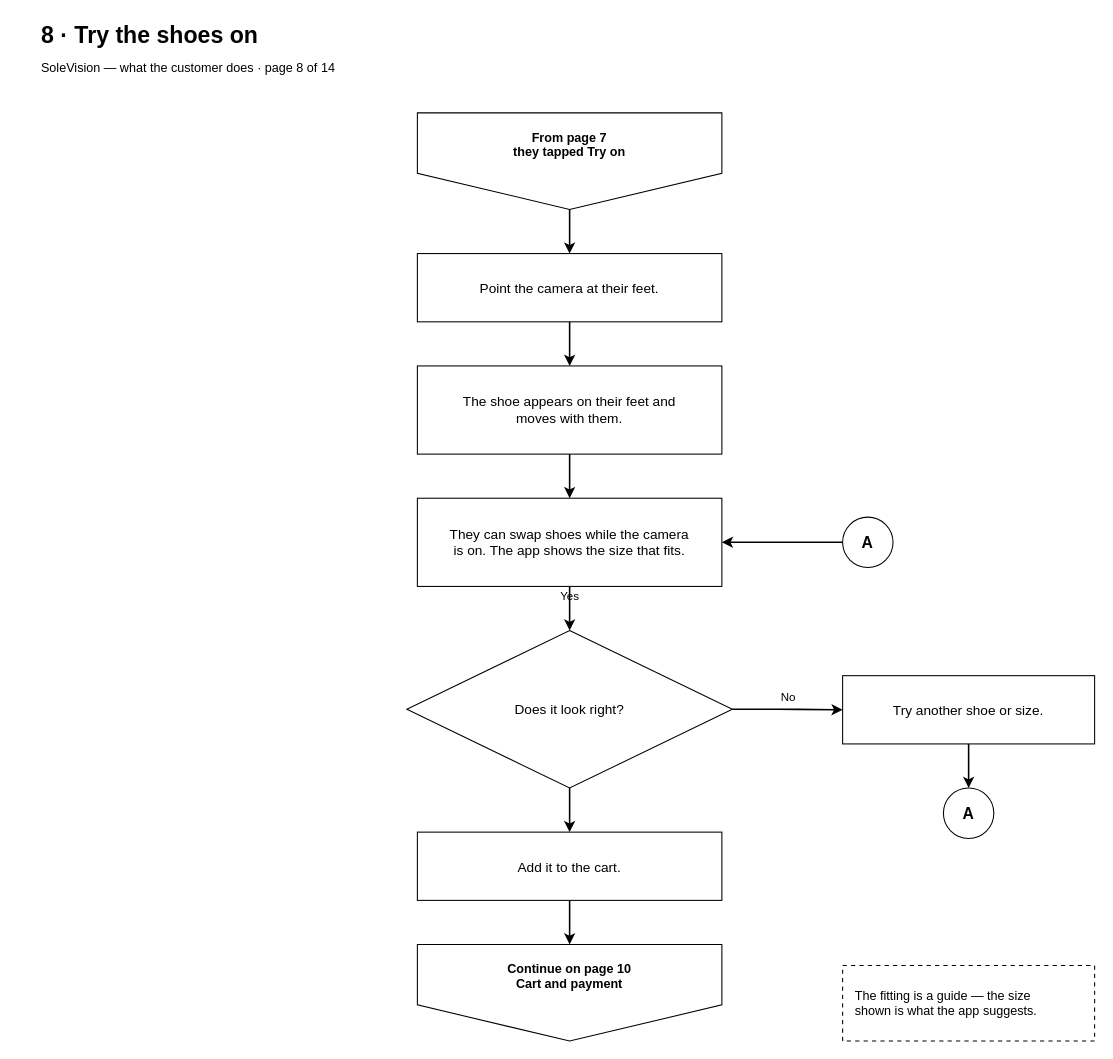
Earlier version of the draw.io diagram page "8 Try the shoes on" (8 of 13) of docs/diagrams/customer-journey-flowchart.drawio (kibs06/CUF). Source tidied: cells renumbered, new cells numbered last; positions are measured from the earlier drawing's top-left corner, leaving out a move shared by most shapes. Both pictures are drawn from the tidied source at 105%, with x=0, y=0 at pixel (39, 20).
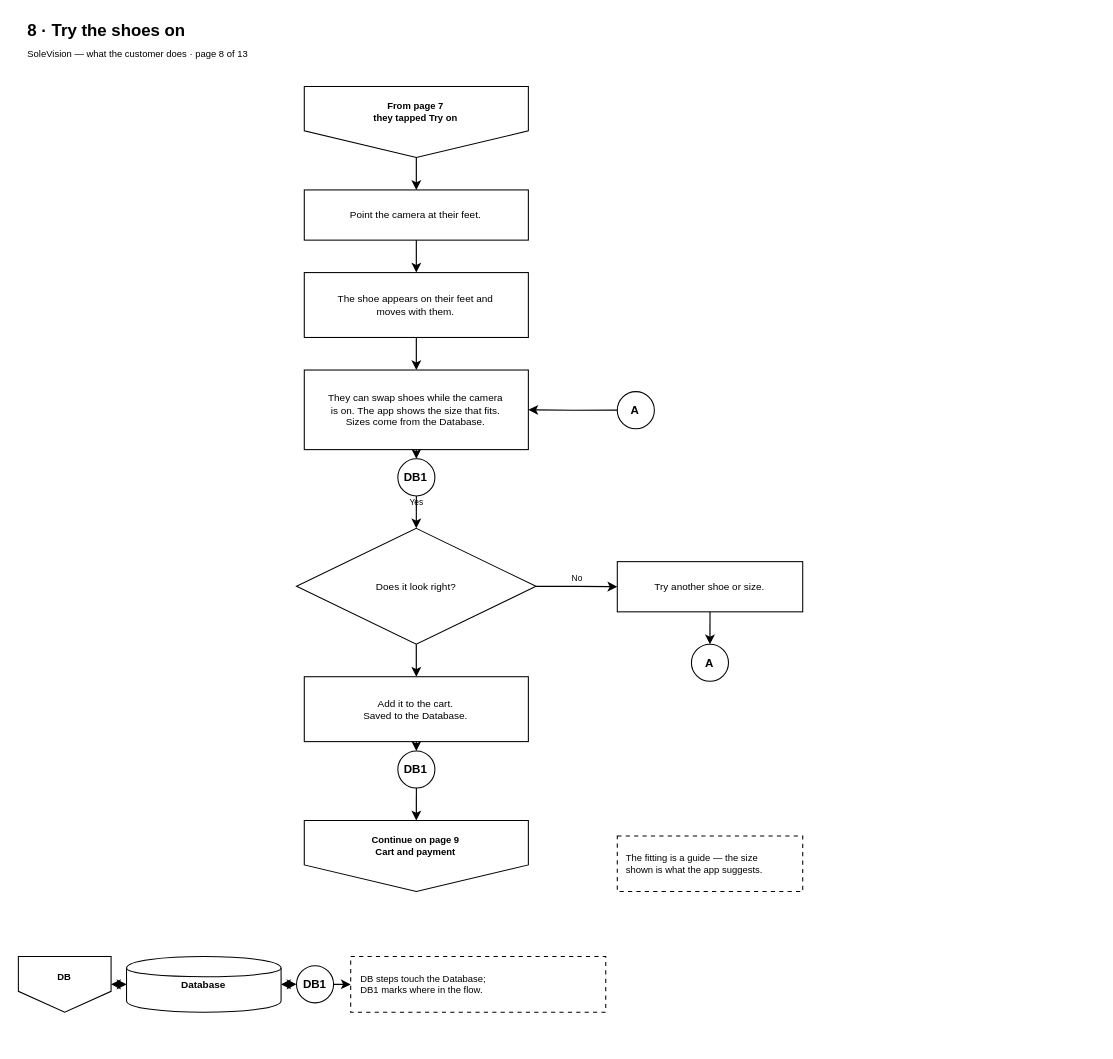
The same diagram, later.

What changed in the source:
```diff
@@
-    <mxCell id="2" value="From page 7&lt;br&gt;they tapped Try on" style="shape=offPageConnector;whiteSpace=wrap;html=1;fillColor=none;strokeColor=#000000;fontSize=12;fontStyle=1;fontColor=#000000;verticalAlign=top;spacingTop=10;perimeter=rectanglePerimeter;" parent="1" vertex="1">
-      <mxGeometry x="360" y="88" width="290" height="92" as="geometry" />
+    <mxCell id="2" value="From page 7&lt;br&gt;they tapped Try on" style="shape=offPageConnector;whiteSpace=wrap;html=1;fillColor=none;strokeColor=light-dark(#000000,#FFFFFF);fontColor=light-dark(#000000,#FFFFFF);fontSize=9;fontStyle=1;verticalAlign=top;spacingTop=7.4;perimeter=rectanglePerimeter;" parent="1" vertex="1">
+      <mxGeometry x="252.3" y="62.8" width="213.4" height="67.7" as="geometry" />
     </mxCell>
-    <mxCell id="3" value="Point the camera at their feet." style="rounded=0;whiteSpace=wrap;html=1;fillColor=none;strokeColor=#000000;fontSize=13;fontColor=#000000;" parent="1" vertex="1">
-      <mxGeometry x="360" y="222" width="290" height="65" as="geometry" />
+    <mxCell id="3" value="Point the camera at their feet." style="rounded=0;whiteSpace=wrap;html=1;fillColor=none;strokeColor=light-dark(#000000,#FFFFFF);fontColor=light-dark(#000000,#FFFFFF);fontSize=9.5;" parent="1" vertex="1">
+      <mxGeometry x="252.3" y="161.4" width="213.4" height="47.8" as="geometry" />
     </mxCell>
-    <mxCell id="4" value="The shoe appears on their feet and&lt;br&gt;moves with them." style="rounded=0;whiteSpace=wrap;html=1;fillColor=none;strokeColor=#000000;fontSize=13;fontColor=#000000;" parent="1" vertex="1">
-      <mxGeometry x="360" y="329" width="290" height="84" as="geometry" />
+    <mxCell id="4" value="The shoe appears on their feet and&lt;br&gt;moves with them." style="rounded=0;whiteSpace=wrap;html=1;fillColor=none;strokeColor=light-dark(#000000,#FFFFFF);fontColor=light-dark(#000000,#FFFFFF);fontSize=9.5;" parent="1" vertex="1">
+      <mxGeometry x="252.3" y="240.1" width="213.4" height="61.8" as="geometry" />
     </mxCell>
-    <mxCell id="5" value="They can swap shoes while the camera&lt;br&gt;is on. The app shows the size that fits." style="rounded=0;whiteSpace=wrap;html=1;fillColor=none;strokeColor=#000000;fontSize=13;fontColor=#000000;" parent="1" vertex="1">
-      <mxGeometry x="360" y="455" width="290" height="84" as="geometry" />
+    <mxCell id="5" value="They can swap shoes while the camera&lt;br&gt;is on. The app shows the size that fits.&lt;br&gt;Sizes come from the Database." style="rounded=0;whiteSpace=wrap;html=1;fillColor=none;strokeColor=light-dark(#000000,#FFFFFF);fontColor=light-dark(#000000,#FFFFFF);fontSize=9.5;" parent="1" vertex="1">
+      <mxGeometry x="252.3" y="332.9" width="213.4" height="75.8" as="geometry" />
     </mxCell>
+    <mxCell id="24" value="DB1" style="ellipse;whiteSpace=wrap;html=1;fillColor=none;strokeColor=light-dark(#000000,#FFFFFF);fontColor=light-dark(#000000,#FFFFFF);fontSize=11;fontStyle=1;perimeter=ellipsePerimeter;" parent="1" vertex="1">
+      <mxGeometry x="341.4" y="417.5" width="35.3" height="35.3" as="geometry" />
+    </mxCell>
-    <mxCell id="6" value="Does it look right?" style="rhombus;whiteSpace=wrap;html=1;fillColor=none;strokeColor=#000000;fontSize=13;fontColor=#000000;perimeter=rhombusPerimeter;" parent="1" vertex="1">
-      <mxGeometry x="350" y="581" width="310" height="150" as="geometry" />
+    <mxCell id="6" value="Does it look right?" style="rhombus;whiteSpace=wrap;html=1;fillColor=none;strokeColor=light-dark(#000000,#FFFFFF);fontColor=light-dark(#000000,#FFFFFF);fontSize=9.5;perimeter=rhombusPerimeter;" parent="1" vertex="1">
+      <mxGeometry x="244.9" y="483.7" width="228.1" height="110.4" as="geometry" />
     </mxCell>
-    <mxCell id="7" value="Try another shoe or size." style="rounded=0;whiteSpace=wrap;html=1;fillColor=none;strokeColor=#000000;fontSize=13;fontColor=#000000;" parent="1" vertex="1">
-      <mxGeometry x="765" y="624" width="240" height="65" as="geometry" />
+    <mxCell id="7" value="Try another shoe or size." style="rounded=0;whiteSpace=wrap;html=1;fillColor=none;strokeColor=light-dark(#000000,#FFFFFF);fontColor=light-dark(#000000,#FFFFFF);fontSize=9.5;" parent="1" vertex="1">
+      <mxGeometry x="550.4" y="515.4" width="176.6" height="47.8" as="geometry" />
     </mxCell>
-    <mxCell id="8" value="A" style="ellipse;whiteSpace=wrap;html=1;fillColor=none;strokeColor=#000000;fontSize=15;fontStyle=1;fontColor=#000000;perimeter=ellipsePerimeter;" parent="1" vertex="1">
-      <mxGeometry x="861" y="731" width="48" height="48" as="geometry" />
+    <mxCell id="8" value="A" style="ellipse;whiteSpace=wrap;html=1;fillColor=none;strokeColor=light-dark(#000000,#FFFFFF);fontColor=light-dark(#000000,#FFFFFF);fontSize=11;fontStyle=1;perimeter=ellipsePerimeter;" parent="1" vertex="1">
+      <mxGeometry x="621" y="594.1" width="35.3" height="35.3" as="geometry" />
     </mxCell>
-    <mxCell id="9" value="Add it to the cart." style="rounded=0;whiteSpace=wrap;html=1;fillColor=none;strokeColor=#000000;fontSize=13;fontColor=#000000;" parent="1" vertex="1">
-      <mxGeometry x="360" y="773" width="290" height="65" as="geometry" />
+    <mxCell id="9" value="Add it to the cart.&lt;br&gt;Saved to the Database." style="rounded=0;whiteSpace=wrap;html=1;fillColor=none;strokeColor=light-dark(#000000,#FFFFFF);fontColor=light-dark(#000000,#FFFFFF);fontSize=9.5;" parent="1" vertex="1">
+      <mxGeometry x="252.3" y="625" width="213.4" height="61.8" as="geometry" />
     </mxCell>
-    <mxCell id="10" value="Continue on page 10&lt;br&gt;Cart and payment" style="shape=offPageConnector;whiteSpace=wrap;html=1;fillColor=none;strokeColor=#000000;fontSize=12;fontStyle=1;fontColor=#000000;verticalAlign=top;spacingTop=10;perimeter=rectanglePerimeter;" parent="1" vertex="1">
-      <mxGeometry x="360" y="880" width="290" height="92" as="geometry" />
-    </mxCell>
+    <mxCell id="25" value="DB1" style="ellipse;whiteSpace=wrap;html=1;fillColor=none;strokeColor=light-dark(#000000,#FFFFFF);fontColor=light-dark(#000000,#FFFFFF);fontSize=11;fontStyle=1;perimeter=ellipsePerimeter;" parent="1" vertex="1">
+      <mxGeometry x="341.4" y="695.7" width="35.3" height="35.3" as="geometry" />
+    </mxCell>
+    <mxCell id="26" value="Continue on page 9&lt;br&gt;Cart and payment" style="shape=offPageConnector;whiteSpace=wrap;html=1;fillColor=none;strokeColor=light-dark(#000000,#FFFFFF);fontColor=light-dark(#000000,#FFFFFF);fontSize=9;fontStyle=1;verticalAlign=top;spacingTop=7.4;perimeter=rectanglePerimeter;" parent="1" vertex="1">
+      <mxGeometry x="252.3" y="761.9" width="213.4" height="67.7" as="geometry" />
+    </mxCell>
-    <mxCell id="11" value="The fitting is a guide — the size&lt;br&gt;shown is what the app suggests." style="rounded=0;whiteSpace=wrap;html=1;dashed=1;dashPattern=4 4;fillColor=none;strokeColor=#000000;fontSize=12;fontColor=#000000;align=left;verticalAlign=middle;spacingLeft=10;spacingRight=10;" parent="1" vertex="1">
-      <mxGeometry x="765" y="900" width="240" height="72" as="geometry" />
+    <mxCell id="11" value="The fitting is a guide — the size&lt;br&gt;shown is what the app suggests." style="rounded=0;whiteSpace=wrap;html=1;dashed=1;dashPattern=4 4;fillColor=none;strokeColor=light-dark(#000000,#FFFFFF);fontColor=light-dark(#000000,#FFFFFF);fontSize=9;align=left;verticalAlign=middle;spacingLeft=7.4;spacingRight=7.4;" parent="1" vertex="1">
+      <mxGeometry x="550.4" y="776.6" width="176.6" height="53" as="geometry" />
     </mxCell>
+    <mxCell id="27" value="DB" style="shape=offPageConnector;whiteSpace=wrap;html=1;fillColor=none;strokeColor=light-dark(#000000,#FFFFFF);fontColor=light-dark(#000000,#FFFFFF);fontSize=9;fontStyle=1;verticalAlign=top;spacingTop=7.4;perimeter=rectanglePerimeter;" parent="1" vertex="1">
+      <mxGeometry x="-20" y="891.5" width="88.3" height="53" as="geometry" />
+    </mxCell>
+    <mxCell id="28" value="Database" style="shape=cylinder;whiteSpace=wrap;html=1;fillColor=none;strokeColor=light-dark(#000000,#FFFFFF);fontColor=light-dark(#000000,#FFFFFF);fontSize=9.5;fontStyle=1;" parent="1" vertex="1">
+      <mxGeometry x="83" y="891.5" width="147.2" height="53" as="geometry" />
+    </mxCell>
+    <mxCell id="29" value="DB1" style="ellipse;whiteSpace=wrap;html=1;fillColor=none;strokeColor=light-dark(#000000,#FFFFFF);fontColor=light-dark(#000000,#FFFFFF);fontSize=11;fontStyle=1;perimeter=ellipsePerimeter;" parent="1" vertex="1">
+      <mxGeometry x="244.9" y="900.3" width="35.3" height="35.3" as="geometry" />
+    </mxCell>
+    <mxCell id="30" value="DB steps touch the Database;&lt;br&gt;DB1 marks where in the flow." style="rounded=0;whiteSpace=wrap;html=1;dashed=1;dashPattern=4 4;fillColor=none;strokeColor=light-dark(#000000,#FFFFFF);fontColor=light-dark(#000000,#FFFFFF);fontSize=9;align=left;verticalAlign=middle;spacingLeft=7.4;spacingRight=7.4;" parent="1" vertex="1">
+      <mxGeometry x="296.5" y="891.5" width="242.9" height="53" as="geometry" />
+    </mxCell>
-    <mxCell id="12" value="A" style="ellipse;whiteSpace=wrap;html=1;fillColor=none;strokeColor=#000000;fontSize=15;fontStyle=1;fontColor=#000000;perimeter=ellipsePerimeter;" parent="1" vertex="1">
-      <mxGeometry x="765" y="473" width="48" height="48" as="geometry" />
+    <mxCell id="12" value="A" style="ellipse;whiteSpace=wrap;html=1;fillColor=none;strokeColor=light-dark(#000000,#FFFFFF);fontColor=light-dark(#000000,#FFFFFF);fontSize=11;fontStyle=1;perimeter=ellipsePerimeter;" parent="1" vertex="1">
+      <mxGeometry x="550.4" y="353.5" width="35.3" height="35.3" as="geometry" />
     </mxCell>
-    <mxCell id="13" value="8 · Try the shoes on" style="text;html=1;fontSize=22;fontStyle=1;align=left;verticalAlign=middle;fontColor=#000000;" parent="1" vertex="1">
-      <mxGeometry width="700" height="30" as="geometry" />
+    <mxCell id="13" value="8 · Try the shoes on" style="text;html=1;fontSize=16;fontStyle=1;align=left;verticalAlign=middle;fontColor=light-dark(#000000,#FFFFFF);" parent="1" vertex="1">
+      <mxGeometry x="-12.6" y="-2" width="515.2" height="22.1" as="geometry" />
     </mxCell>
-    <mxCell id="14" value="SoleVision — what the customer does · page 8 of 14" style="text;html=1;fontSize=12;align=left;verticalAlign=middle;fontColor=#000000;" parent="1" vertex="1">
-      <mxGeometry y="34" width="700" height="24" as="geometry" />
+    <mxCell id="14" value="SoleVision — what the customer does · page 8 of 13" style="text;html=1;fontSize=9;align=left;verticalAlign=middle;fontColor=light-dark(#000000,#FFFFFF);" parent="1" vertex="1">
+      <mxGeometry x="-12.6" y="23" width="515.2" height="17.7" as="geometry" />
     </mxCell>
-    <mxCell id="15" style="edgeStyle=orthogonalEdgeStyle;rounded=1;html=1;endArrow=classic;endFill=1;strokeColor=#000000;strokeWidth=1.5;fontSize=11;fontColor=#000000;labelBackgroundColor=none;exitX=0.5;exitY=1;exitPerimeter=0;entryX=0.5;entryY=0;entryPerimeter=0;" parent="1" edge="1" source="2" target="3">
+    <mxCell id="15" style="edgeStyle=orthogonalEdgeStyle;rounded=0;html=1;endArrow=classic;endFill=1;strokeColor=light-dark(#000000,#FFFFFF);strokeWidth=1.1;fontSize=8;fontColor=light-dark(#000000,#FFFFFF);labelBackgroundColor=none;exitX=0.5;exitY=1;exitPerimeter=0;entryX=0.5;entryY=0;entryPerimeter=0;" parent="1" edge="1" source="2" target="3">
       <mxGeometry relative="1" as="geometry">
-        <mxPoint y="-12" as="offset" />
+        <mxPoint y="-8.8" as="offset" />
       </mxGeometry>
     </mxCell>
-    <mxCell id="16" style="edgeStyle=orthogonalEdgeStyle;rounded=1;html=1;endArrow=classic;endFill=1;strokeColor=#000000;strokeWidth=1.5;fontSize=11;fontColor=#000000;labelBackgroundColor=none;exitX=0.5;exitY=1;exitPerimeter=0;entryX=0.5;entryY=0;entryPerimeter=0;" parent="1" edge="1" source="3" target="4">
+    <mxCell id="16" style="edgeStyle=orthogonalEdgeStyle;rounded=0;html=1;endArrow=classic;endFill=1;strokeColor=light-dark(#000000,#FFFFFF);strokeWidth=1.1;fontSize=8;fontColor=light-dark(#000000,#FFFFFF);labelBackgroundColor=none;exitX=0.5;exitY=1;exitPerimeter=0;entryX=0.5;entryY=0;entryPerimeter=0;" parent="1" edge="1" source="3" target="4">
       <mxGeometry relative="1" as="geometry">
-        <mxPoint y="-12" as="offset" />
+        <mxPoint y="-8.8" as="offset" />
       </mxGeometry>
     </mxCell>
-    <mxCell id="17" style="edgeStyle=orthogonalEdgeStyle;rounded=1;html=1;endArrow=classic;endFill=1;strokeColor=#000000;strokeWidth=1.5;fontSize=11;fontColor=#000000;labelBackgroundColor=none;exitX=0.5;exitY=1;exitPerimeter=0;entryX=0.5;entryY=0;entryPerimeter=0;" parent="1" edge="1" source="4" target="5">
+    <mxCell id="17" style="edgeStyle=orthogonalEdgeStyle;rounded=0;html=1;endArrow=classic;endFill=1;strokeColor=light-dark(#000000,#FFFFFF);strokeWidth=1.1;fontSize=8;fontColor=light-dark(#000000,#FFFFFF);labelBackgroundColor=none;exitX=0.5;exitY=1;exitPerimeter=0;entryX=0.5;entryY=0;entryPerimeter=0;" parent="1" edge="1" source="4" target="5">
       <mxGeometry relative="1" as="geometry">
-        <mxPoint y="-12" as="offset" />
+        <mxPoint y="-8.8" as="offset" />
       </mxGeometry>
     </mxCell>
-    <mxCell id="18" value="Yes" style="edgeStyle=orthogonalEdgeStyle;rounded=1;html=1;endArrow=classic;endFill=1;strokeColor=#000000;strokeWidth=1.5;fontSize=11;fontColor=#000000;labelBackgroundColor=none;exitX=0.5;exitY=1;exitPerimeter=0;entryX=0.5;entryY=0;entryPerimeter=0;" parent="1" edge="1" source="5" target="6">
+    <mxCell id="18" style="edgeStyle=orthogonalEdgeStyle;rounded=0;html=1;endArrow=classic;endFill=1;strokeColor=light-dark(#000000,#FFFFFF);strokeWidth=1.1;fontSize=8;fontColor=light-dark(#000000,#FFFFFF);labelBackgroundColor=none;exitX=0.5;exitY=1;exitPerimeter=0;entryX=0.5;entryY=0;entryPerimeter=0;" parent="1" edge="1" source="5" target="24">
       <mxGeometry relative="1" as="geometry">
-        <mxPoint y="-12" as="offset" />
+        <mxPoint y="-8.8" as="offset" />
       </mxGeometry>
     </mxCell>
-    <mxCell id="19" value="No" style="edgeStyle=orthogonalEdgeStyle;rounded=1;html=1;endArrow=classic;endFill=1;strokeColor=#000000;strokeWidth=1.5;fontSize=11;fontColor=#000000;labelBackgroundColor=none;exitX=1;exitY=0.5;exitPerimeter=0;entryX=0;entryY=0.5;entryPerimeter=0;" parent="1" edge="1" source="6" target="7">
+    <mxCell id="19" value="Yes" style="edgeStyle=orthogonalEdgeStyle;rounded=0;html=1;endArrow=classic;endFill=1;strokeColor=light-dark(#000000,#FFFFFF);strokeWidth=1.1;fontSize=8;fontColor=light-dark(#000000,#FFFFFF);labelBackgroundColor=none;exitX=0.5;exitY=1;exitPerimeter=0;entryX=0.5;entryY=0;entryPerimeter=0;" parent="1" edge="1" source="24" target="6">
       <mxGeometry relative="1" as="geometry">
-        <mxPoint y="-12" as="offset" />
+        <mxPoint y="-8.8" as="offset" />
       </mxGeometry>
     </mxCell>
-    <mxCell id="20" style="edgeStyle=orthogonalEdgeStyle;rounded=1;html=1;endArrow=classic;endFill=1;strokeColor=#000000;strokeWidth=1.5;fontSize=11;fontColor=#000000;labelBackgroundColor=none;exitX=0.5;exitY=1;exitPerimeter=0;entryX=0.5;entryY=0;entryPerimeter=0;" parent="1" edge="1" source="7" target="8">
+    <mxCell id="20" value="No" style="edgeStyle=orthogonalEdgeStyle;rounded=0;html=1;endArrow=classic;endFill=1;strokeColor=light-dark(#000000,#FFFFFF);strokeWidth=1.1;fontSize=8;fontColor=light-dark(#000000,#FFFFFF);labelBackgroundColor=none;exitX=1;exitY=0.5;exitPerimeter=0;entryX=0;entryY=0.5;entryPerimeter=0;" parent="1" edge="1" source="6" target="7">
       <mxGeometry relative="1" as="geometry">
-        <mxPoint y="-12" as="offset" />
+        <mxPoint y="-8.8" as="offset" />
       </mxGeometry>
     </mxCell>
-    <mxCell id="21" style="edgeStyle=orthogonalEdgeStyle;rounded=1;html=1;endArrow=classic;endFill=1;strokeColor=#000000;strokeWidth=1.5;fontSize=11;fontColor=#000000;labelBackgroundColor=none;exitX=0.5;exitY=1;exitPerimeter=0;entryX=0.5;entryY=0;entryPerimeter=0;" parent="1" edge="1" source="6" target="9">
+    <mxCell id="21" style="edgeStyle=orthogonalEdgeStyle;rounded=0;html=1;endArrow=classic;endFill=1;strokeColor=light-dark(#000000,#FFFFFF);strokeWidth=1.1;fontSize=8;fontColor=light-dark(#000000,#FFFFFF);labelBackgroundColor=none;exitX=0.5;exitY=1;exitPerimeter=0;entryX=0.5;entryY=0;entryPerimeter=0;" parent="1" edge="1" source="7" target="8">
       <mxGeometry relative="1" as="geometry">
-        <mxPoint y="-12" as="offset" />
+        <mxPoint y="-8.8" as="offset" />
       </mxGeometry>
     </mxCell>
-    <mxCell id="22" style="edgeStyle=orthogonalEdgeStyle;rounded=1;html=1;endArrow=classic;endFill=1;strokeColor=#000000;strokeWidth=1.5;fontSize=11;fontColor=#000000;labelBackgroundColor=none;exitX=0.5;exitY=1;exitPerimeter=0;entryX=0.5;entryY=0;entryPerimeter=0;" parent="1" edge="1" source="9" target="10">
+    <mxCell id="22" style="edgeStyle=orthogonalEdgeStyle;rounded=0;html=1;endArrow=classic;endFill=1;strokeColor=light-dark(#000000,#FFFFFF);strokeWidth=1.1;fontSize=8;fontColor=light-dark(#000000,#FFFFFF);labelBackgroundColor=none;exitX=0.5;exitY=1;exitPerimeter=0;entryX=0.5;entryY=0;entryPerimeter=0;" parent="1" edge="1" source="6" target="9">
       <mxGeometry relative="1" as="geometry">
-        <mxPoint y="-12" as="offset" />
+        <mxPoint y="-8.8" as="offset" />
       </mxGeometry>
     </mxCell>
-    <mxCell id="23" style="edgeStyle=orthogonalEdgeStyle;rounded=1;html=1;endArrow=classic;endFill=1;strokeColor=#000000;strokeWidth=1.5;fontSize=11;fontColor=#000000;labelBackgroundColor=none;exitX=0;exitY=0.5;exitPerimeter=0;entryX=1;entryY=0.5;entryPerimeter=0;" parent="1" edge="1" source="12" target="5">
+    <mxCell id="23" style="edgeStyle=orthogonalEdgeStyle;rounded=0;html=1;endArrow=classic;endFill=1;strokeColor=light-dark(#000000,#FFFFFF);strokeWidth=1.1;fontSize=8;fontColor=light-dark(#000000,#FFFFFF);labelBackgroundColor=none;exitX=0.5;exitY=1;exitPerimeter=0;entryX=0.5;entryY=0;entryPerimeter=0;" parent="1" edge="1" source="9" target="25">
       <mxGeometry relative="1" as="geometry">
-        <mxPoint y="-12" as="offset" />
+        <mxPoint y="-8.8" as="offset" />
       </mxGeometry>
     </mxCell>
+    <mxCell id="31" style="edgeStyle=orthogonalEdgeStyle;rounded=0;html=1;endArrow=classic;endFill=1;strokeColor=light-dark(#000000,#FFFFFF);strokeWidth=1.1;fontSize=8;fontColor=light-dark(#000000,#FFFFFF);labelBackgroundColor=none;exitX=0.5;exitY=1;exitPerimeter=0;entryX=0.5;entryY=0;entryPerimeter=0;" parent="1" edge="1" source="25" target="26">
+      <mxGeometry relative="1" as="geometry">
+        <mxPoint y="-8.8" as="offset" />
+      </mxGeometry>
+    </mxCell>
+    <mxCell id="32" style="edgeStyle=orthogonalEdgeStyle;rounded=0;html=1;endArrow=classic;endFill=1;strokeColor=light-dark(#000000,#FFFFFF);strokeWidth=1.1;fontSize=8;fontColor=light-dark(#000000,#FFFFFF);labelBackgroundColor=none;exitX=1;exitY=0.5;exitPerimeter=0;entryX=0;entryY=0.5;entryPerimeter=0;startArrow=classic;startFill=1;" parent="1" edge="1" source="27" target="28">
+      <mxGeometry relative="1" as="geometry">
+        <mxPoint y="-8.8" as="offset" />
+      </mxGeometry>
+    </mxCell>
+    <mxCell id="33" style="edgeStyle=orthogonalEdgeStyle;rounded=0;html=1;endArrow=classic;endFill=1;strokeColor=light-dark(#000000,#FFFFFF);strokeWidth=1.1;fontSize=8;fontColor=light-dark(#000000,#FFFFFF);labelBackgroundColor=none;exitX=1;exitY=0.5;exitPerimeter=0;entryX=0;entryY=0.5;entryPerimeter=0;startArrow=classic;startFill=1;" parent="1" edge="1" source="28" target="29">
+      <mxGeometry relative="1" as="geometry">
+        <mxPoint y="-8.8" as="offset" />
+      </mxGeometry>
+    </mxCell>
+    <mxCell id="34" style="edgeStyle=orthogonalEdgeStyle;rounded=0;html=1;endArrow=classic;endFill=1;strokeColor=light-dark(#000000,#FFFFFF);strokeWidth=1.1;fontSize=8;fontColor=light-dark(#000000,#FFFFFF);labelBackgroundColor=none;exitX=1;exitY=0.5;exitPerimeter=0;entryX=0;entryY=0.5;entryPerimeter=0;" parent="1" edge="1" source="29" target="30">
+      <mxGeometry relative="1" as="geometry">
+        <mxPoint y="-8.8" as="offset" />
+      </mxGeometry>
+    </mxCell>
+    <mxCell id="35" style="edgeStyle=orthogonalEdgeStyle;rounded=0;html=1;endArrow=classic;endFill=1;strokeColor=light-dark(#000000,#FFFFFF);strokeWidth=1.1;fontSize=8;fontColor=light-dark(#000000,#FFFFFF);labelBackgroundColor=none;exitX=0;exitY=0.5;exitPerimeter=0;entryX=1;entryY=0.5;entryPerimeter=0;" parent="1" edge="1" source="12" target="5">
+      <mxGeometry relative="1" as="geometry">
+        <mxPoint y="-8.8" as="offset" />
+      </mxGeometry>
+    </mxCell>
```
